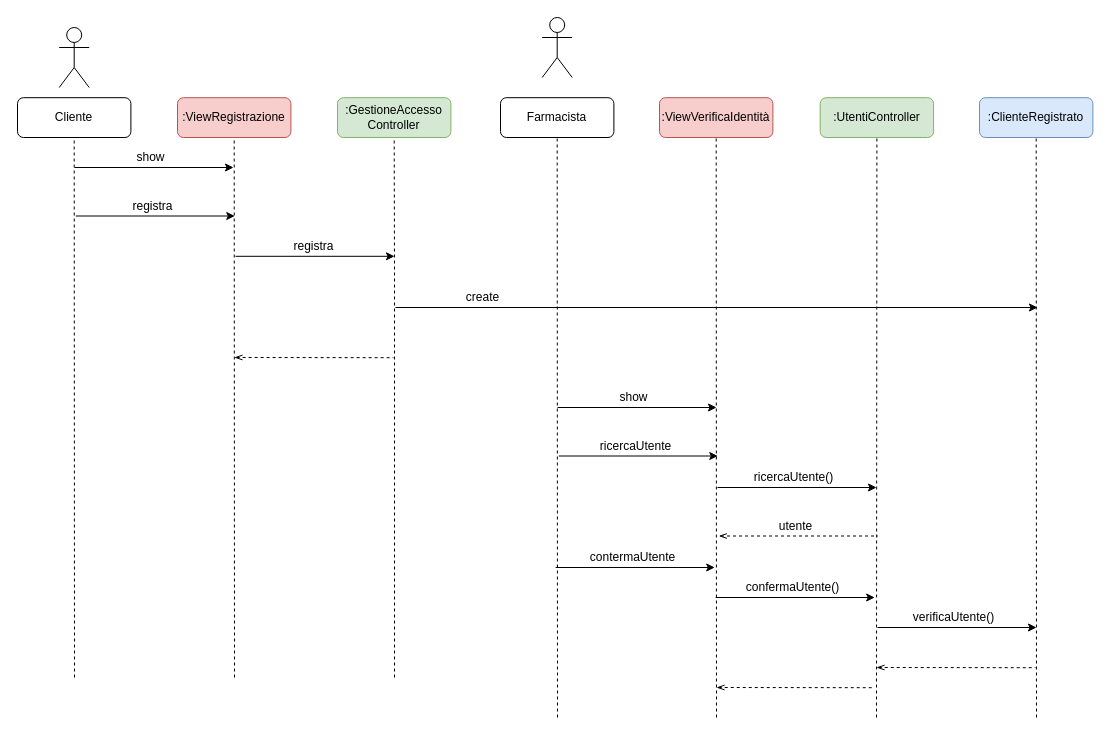
Earlier version of the draw.io diagram page "RegistrazioneUtente" (3 of 6) of drawio/ArchitetturaLogica.drawio (lnwor/farmabyte-doc). Source tidied: cells renumbered, new cells numbered last; positions are measured from the earlier drawing's top-left corner, leaving out a move shared by most shapes. Both pictures are drawn from the tidied source at 100%, with x=0, y=0 at pixel (17, 17).
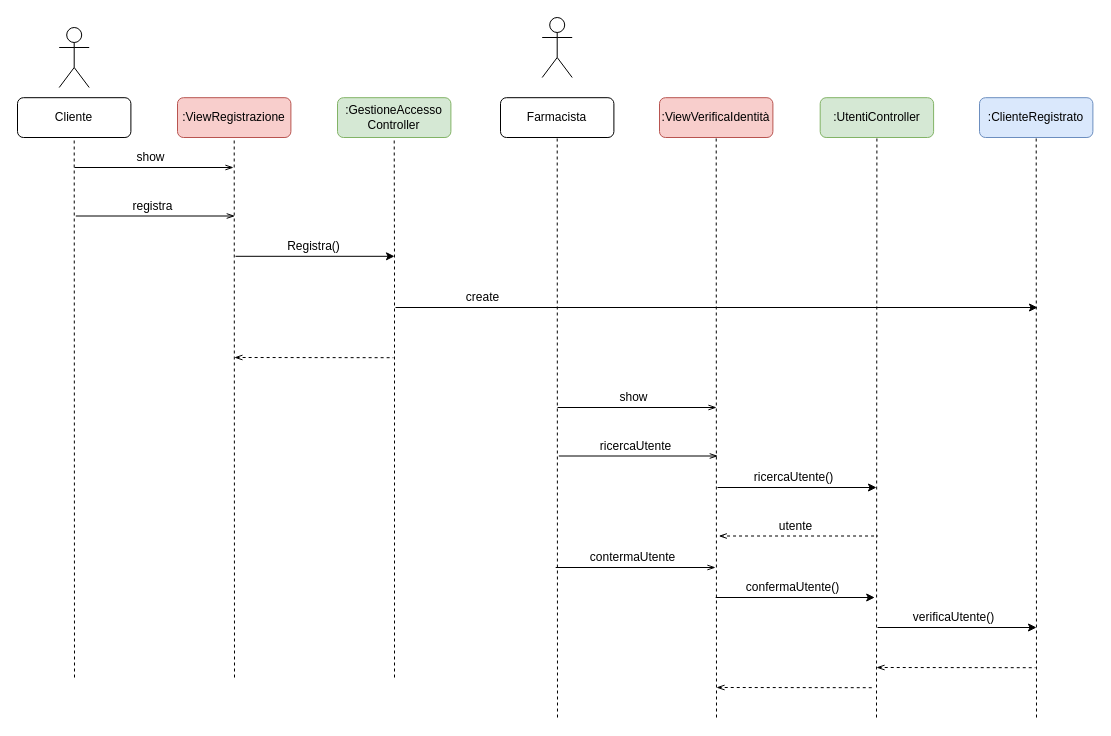
After the change.

Change to the diagram source:
```diff
@@
-    <mxCell id="17" style="endArrow=classic;html=1;" parent="1" edge="1">
+    <mxCell id="17" style="endArrow=openThin;html=1;endFill=0;" parent="1" edge="1">
       <mxGeometry relative="1" as="geometry">
         <mxPoint x="57" y="150" as="sourcePoint" />
         <mxPoint x="216" y="150" as="targetPoint" />
       </mxGeometry>
     </mxCell>
@@
-    <mxCell id="19" style="endArrow=classic;html=1;" parent="1" edge="1">
+    <mxCell id="19" style="endArrow=openThin;html=1;endFill=0;" parent="1" edge="1">
       <mxGeometry relative="1" as="geometry">
         <mxPoint x="58.3" y="198.5" as="sourcePoint" />
         <mxPoint x="217.3" y="198.5" as="targetPoint" />
       </mxGeometry>
     </mxCell>
-    <mxCell id="20" value="registra" style="text;html=1;align=center;verticalAlign=middle;strokeColor=none;" parent="1" vertex="1">
-      <mxGeometry x="266.4" y="218.8" width="60" height="20" as="geometry" />
+    <mxCell id="20" value="Registra()" style="text;html=1;align=center;verticalAlign=middle;strokeColor=none;" parent="1" vertex="1">
+      <mxGeometry x="261.4" y="218.8" width="70" height="20" as="geometry" />
     </mxCell>
@@
-    <mxCell id="27" style="endArrow=classic;html=1;" parent="1" edge="1">
+    <mxCell id="27" style="endArrow=openThin;html=1;endFill=0;" parent="1" edge="1">
       <mxGeometry relative="1" as="geometry">
         <mxPoint x="540" y="390" as="sourcePoint" />
         <mxPoint x="699" y="390" as="targetPoint" />
       </mxGeometry>
     </mxCell>
@@
-    <mxCell id="29" style="endArrow=classic;html=1;" parent="1" edge="1">
+    <mxCell id="29" style="endArrow=openThin;html=1;endFill=0;" parent="1" edge="1">
       <mxGeometry relative="1" as="geometry">
         <mxPoint x="541.3" y="438.5" as="sourcePoint" />
         <mxPoint x="700.3" y="438.5" as="targetPoint" />
       </mxGeometry>
     </mxCell>
@@
-    <mxCell id="40" style="endArrow=classic;html=1;" parent="1" edge="1">
+    <mxCell id="40" style="endArrow=openThin;html=1;endFill=0;" parent="1" edge="1">
       <mxGeometry relative="1" as="geometry">
         <mxPoint x="538.2" y="550" as="sourcePoint" />
-        <mxPoint x="697.2" y="550" as="targetPoint" />
+        <mxPoint x="698" y="550" as="targetPoint" />
       </mxGeometry>
     </mxCell>
```
